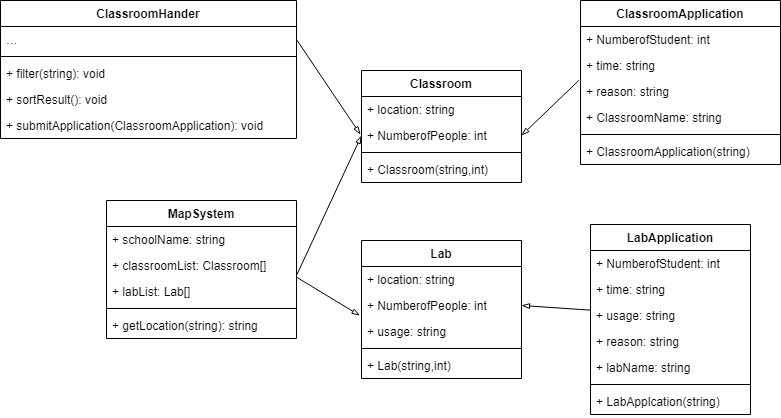
Above: 类图/pic2.png in bupt-juniorTeam/OOAD (draw.io), before the change. Source tidied: cells renumbered, new cells last; positions are measured from the earlier drawing's top-left corner, leaving out a move shared by most shapes.
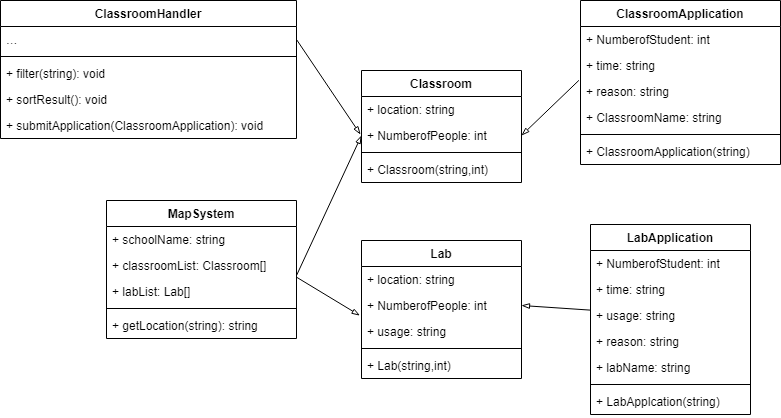
After the change.

Diff of the diagram source:
```diff
@@ -58,7 +58,7 @@
         <mxPoint x="360" y="134" as="targetPoint" />
       </mxGeometry>
     </mxCell>
-    <mxCell id="20" value="ClassroomHander" style="swimlane;fontStyle=1;align=center;verticalAlign=top;horizontal=1;startSize=26;" parent="1" vertex="1">
+    <mxCell id="20" value="ClassroomHandler" style="swimlane;fontStyle=1;align=center;verticalAlign=top;horizontal=1;startSize=26;" parent="1" vertex="1">
       <mxGeometry width="296" height="138" as="geometry" />
     </mxCell>
     <mxCell id="21" value="…" style="text;strokeColor=none;fillColor=none;align=left;verticalAlign=top;spacingLeft=4;spacingRight=4;overflow=hidden;points=[[0,0.5],[1,0.5]];portConstraint=eastwest;" parent="20" vertex="1">
```
